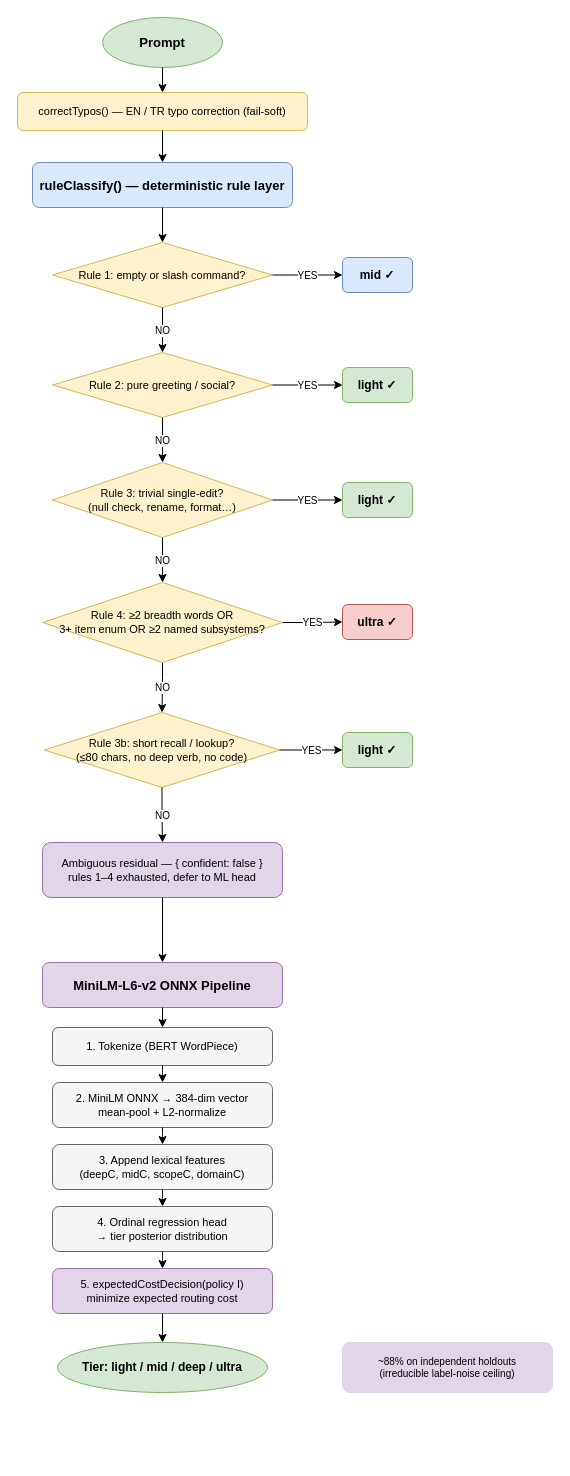
This is docs/diagrams/ml-engine.drawio from atesibrahim/calibra, a draw.io file, before an edit. Source tidied: cells renumbered, new cells numbered last; positions are measured from the earlier drawing's top-left corner, leaving out a move shared by most shapes. Both pictures are drawn from the tidied source at 100%, with x=0, y=0 at pixel (17, 17).
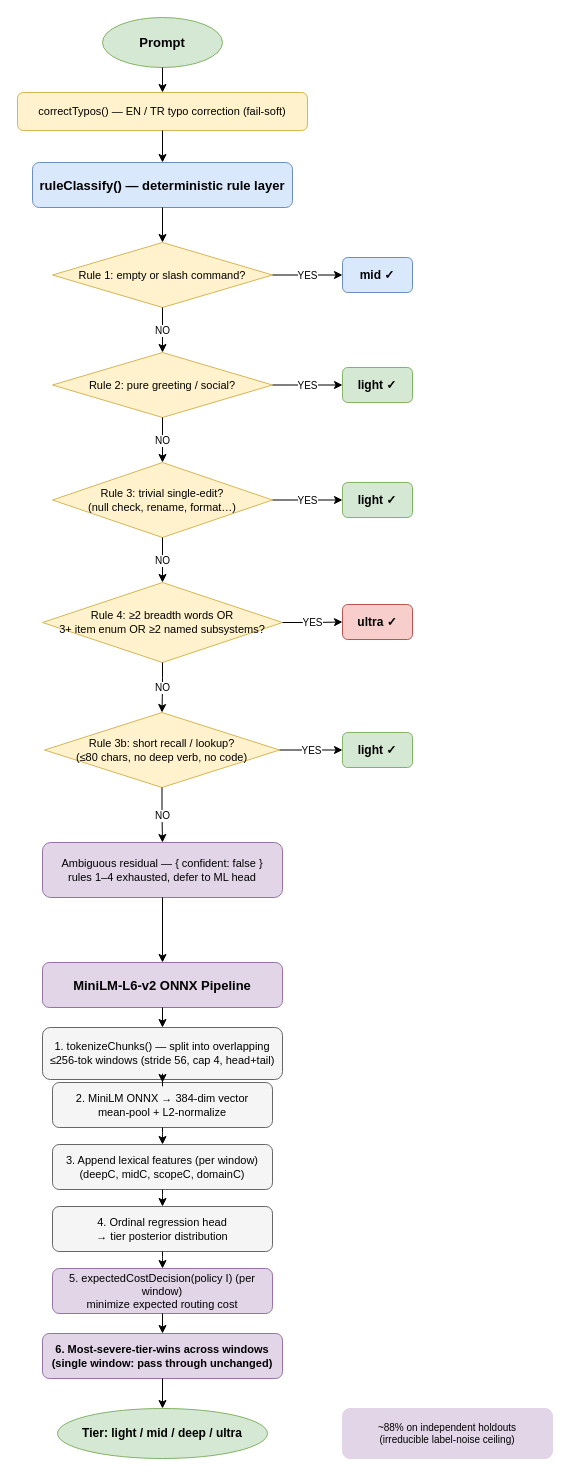
The same diagram, later.

Change to the diagram source:
```diff
@@
-    <mxCell id="31" value="1. Tokenize (BERT WordPiece)" style="rounded=1;whiteSpace=wrap;html=1;fillColor=#f5f5f5;strokeColor=#666666;fontSize=11;" parent="1" vertex="1">
-      <mxGeometry x="35" y="1010" width="220" height="38" as="geometry" />
+    <mxCell id="31" value="1. tokenizeChunks() — split into overlapping &#10;   ≤256-tok windows (stride 56, cap 4, head+tail)" style="rounded=1;whiteSpace=wrap;html=1;fillColor=#f5f5f5;strokeColor=#666666;fontSize=11;" parent="1" vertex="1">
+      <mxGeometry x="25" y="1010" width="240" height="52" as="geometry" />
     </mxCell>
@@
-    <mxCell id="35" value="3. Append lexical features&#10;   (deepC, midC, scopeC, domainC)" style="rounded=1;whiteSpace=wrap;html=1;fillColor=#f5f5f5;strokeColor=#666666;fontSize=11;" parent="1" vertex="1">
+    <mxCell id="35" value="3. Append lexical features (per window)&#10;   (deepC, midC, scopeC, domainC)" style="rounded=1;whiteSpace=wrap;html=1;fillColor=#f5f5f5;strokeColor=#666666;fontSize=11;" parent="1" vertex="1">
       <mxGeometry x="35" y="1127" width="220" height="45" as="geometry" />
     </mxCell>
@@
-    <mxCell id="39" value="5. expectedCostDecision(policy I)&#10;   minimize expected routing cost" style="rounded=1;whiteSpace=wrap;html=1;fillColor=#e1d5e7;strokeColor=#9673a6;fontSize=11;" parent="1" vertex="1">
+    <mxCell id="39" value="5. expectedCostDecision(policy I) (per window)&#10;   minimize expected routing cost" style="rounded=1;whiteSpace=wrap;html=1;fillColor=#e1d5e7;strokeColor=#9673a6;fontSize=11;" parent="1" vertex="1">
       <mxGeometry x="35" y="1251" width="220" height="45" as="geometry" />
     </mxCell>
@@
+    <mxCell id="44" value="6. Most-severe-tier-wins across windows&#10;   (single window: pass through unchanged)" style="rounded=1;whiteSpace=wrap;html=1;fillColor=#e1d5e7;strokeColor=#9673a6;fontSize=11;fontStyle=1;" parent="1" vertex="1">
+      <mxGeometry x="25" y="1316" width="240" height="45" as="geometry" />
+    </mxCell>
+    <mxCell id="45" style="edgeStyle=orthogonalEdgeStyle;html=1;" parent="1" edge="1" source="39" target="44">
+      <mxGeometry relative="1" as="geometry" />
+    </mxCell>
     <mxCell id="41" value="Tier: light / mid / deep / ultra" style="ellipse;whiteSpace=wrap;html=1;fillColor=#d5e8d4;strokeColor=#82b366;fontSize=12;fontStyle=1;" parent="1" vertex="1">
-      <mxGeometry x="40" y="1325" width="210" height="50" as="geometry" />
+      <mxGeometry x="40" y="1391" width="210" height="50" as="geometry" />
     </mxCell>
-    <mxCell id="42" style="edgeStyle=orthogonalEdgeStyle;html=1;" parent="1" edge="1" source="39" target="41">
+    <mxCell id="42" style="edgeStyle=orthogonalEdgeStyle;html=1;" parent="1" edge="1" source="44" target="41">
       <mxGeometry relative="1" as="geometry" />
     </mxCell>
     <mxCell id="43" value="~88% on independent holdouts&lt;br&gt;(irreducible label-noise ceiling)" style="text;html=1;strokeColor=#e1d5e7;fillColor=#e1d5e7;align=center;verticalAlign=middle;whiteSpace=wrap;rounded=1;fontSize=10;" parent="1" vertex="1">
-      <mxGeometry x="325" y="1325" width="210" height="50" as="geometry" />
+      <mxGeometry x="325" y="1391" width="210" height="50" as="geometry" />
     </mxCell>
```
